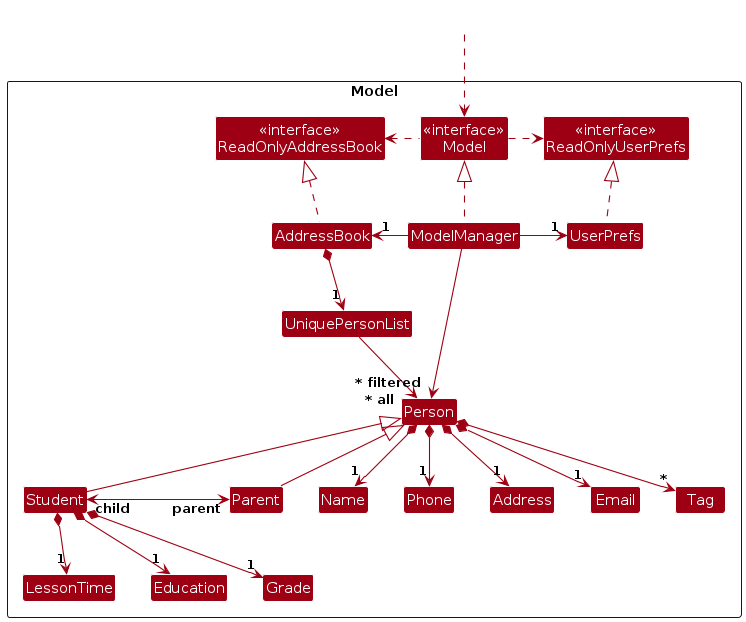
The PlantUML diagram diagrams/ModelClassDiagram.png in AY2425-CS2103T-T09-4/tp, before a commit. Its source is kept beside it as diagrams/ModelClassDiagram.puml.
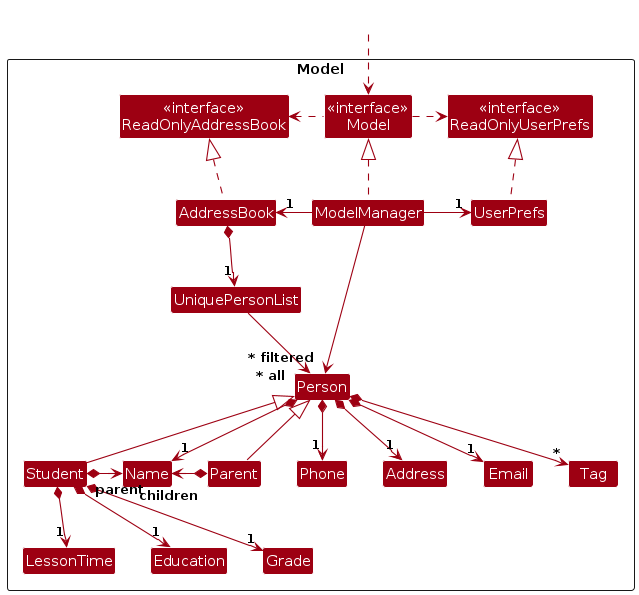
The same diagram one commit later.

Change to the diagram source:
```diff
@@ -54,12 +54,13 @@
 Student *--> "1" Grade
 Student *--> "1" Education
 Student *--> "1" LessonTime
-Student "child" <--right-> "parent"Parent:"                     "
-
 
 Name -[hidden]right-> Phone
 Phone -[hidden]right-> Address
 Address -[hidden]right-> Email
 
+Student *-right-> "parent" Name
+Parent *-left-> "children" Name
+
 ModelManager --> "~* filtered" Person
 @enduml
```
